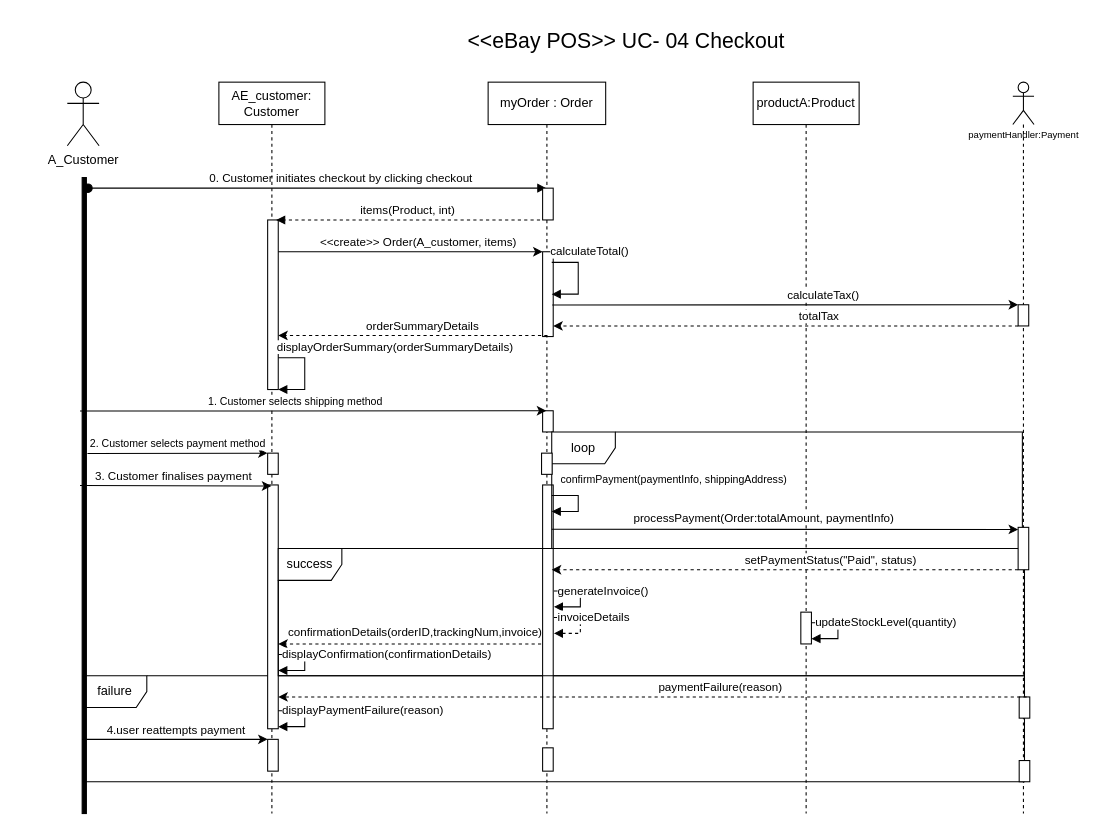
Earlier version of the draw.io diagram Sequence Diagram ebay.drawio (AhmedElamari/Software-design-saved). Source tidied: cells renumbered, new cells numbered last; positions are measured from the earlier drawing's top-left corner, leaving out a move shared by most shapes. Both pictures are drawn from the tidied source at 106%, with x=0, y=0 at pixel (67, 18).
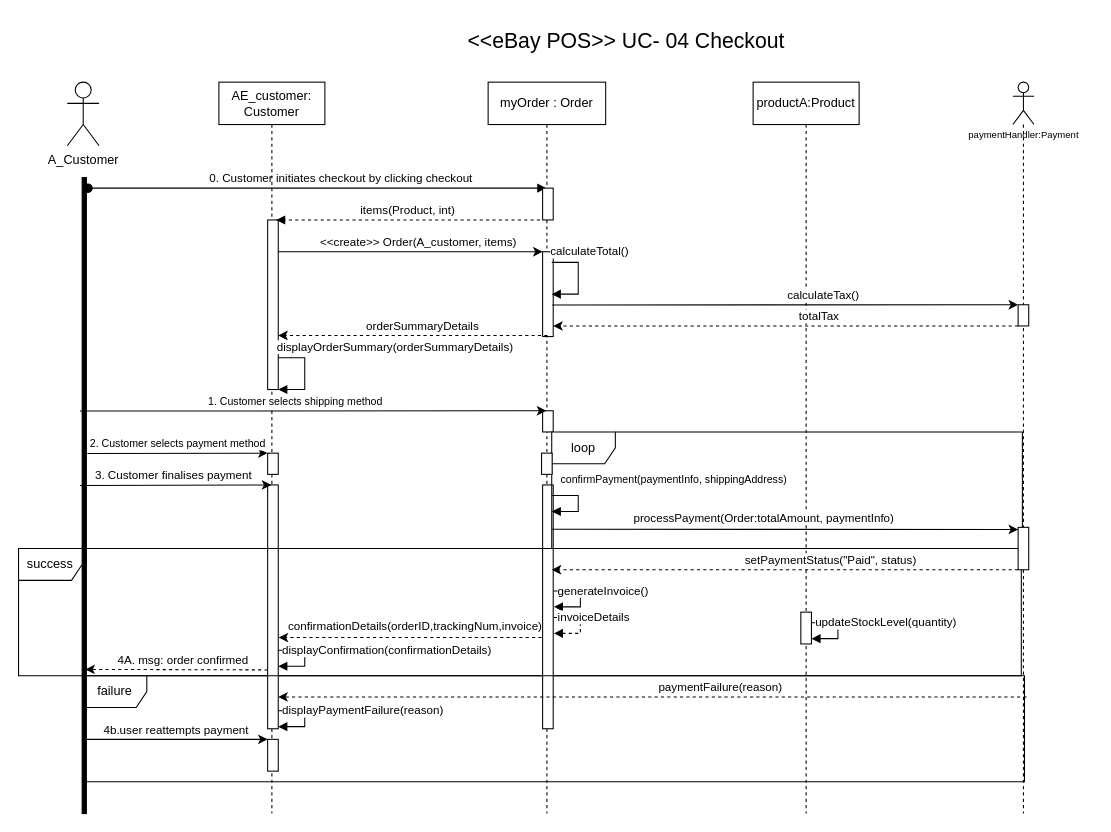
Above is the later version.

The change refers to these unchanged cells:
```xml
<mxCell id="6" value="AE_customer: Customer" style="shape=umlLifeline;perimeter=lifelinePerimeter;whiteSpace=wrap;html=1;outlineConnect=0;portConstraint=eastwest;newEdgeStyle={&quot;edgeStyle&quot;:&quot;elbowEdgeStyle&quot;,&quot;elbow&quot;:&quot;vertical&quot;,&quot;curved&quot;:0,&quot;rounded&quot;:0};" parent="1" vertex="1">
  <mxGeometry x="143" y="60" width="100" height="690" as="geometry" />
</mxCell>
<mxCell id="10" value="myOrder : Order" style="shape=umlLifeline;perimeter=lifelinePerimeter;whiteSpace=wrap;html=1;outlineConnect=0;portConstraint=eastwest;newEdgeStyle={&quot;edgeStyle&quot;:&quot;elbowEdgeStyle&quot;,&quot;elbow&quot;:&quot;vertical&quot;,&quot;curved&quot;:0,&quot;rounded&quot;:0};" parent="1" vertex="1">
  <mxGeometry x="397" y="60" width="110.9" height="690" as="geometry" />
</mxCell>
<mxCell id="16" style="shape=umlLifeline;perimeter=lifelinePerimeter;whiteSpace=wrap;html=1;newEdgeStyle={&quot;curved&quot;:0,&quot;rounded&quot;:0};participant=umlActor;" parent="1" vertex="1">
  <mxGeometry x="892" y="60" width="20" height="690" as="geometry" />
</mxCell>
<mxCell id="48" style="edgeStyle=elbowEdgeStyle;rounded=0;orthogonalLoop=1;jettySize=auto;html=1;elbow=vertical;curved=0;" parent="1" edge="1">
  <mxGeometry relative="1" as="geometry">
    <mxPoint x="14" y="680" as="sourcePoint" />
    <mxPoint x="189" y="680" as="targetPoint" />
  </mxGeometry>
</mxCell>
```

Change to the diagram source:
```diff
@@
-    <mxCell id="13" style="html=1;perimeter=orthogonalPerimeter;targetShapes=umlLifeline;newEdgeStyle={&quot;curved&quot;:0,&quot;rounded&quot;:0};" parent="10" vertex="1">
-      <mxGeometry x="51.4" y="628" width="10" height="22" as="geometry" />
-    </mxCell>
@@
-    <mxCell id="17" style="html=1;perimeter=orthogonalPerimeter;targetShapes=umlLifeline;newEdgeStyle={&quot;curved&quot;:0,&quot;rounded&quot;:0};" parent="16" vertex="1">
-      <mxGeometry x="6" y="640" width="10" height="20" as="geometry" />
-    </mxCell>
-    <mxCell id="18" style="html=1;perimeter=orthogonalPerimeter;targetShapes=umlLifeline;newEdgeStyle={&quot;curved&quot;:0,&quot;rounded&quot;:0};" parent="16" vertex="1">
-      <mxGeometry x="6" y="580" width="10" height="20" as="geometry" />
-    </mxCell>
@@
     <mxCell id="23" style="edgeStyle=elbowEdgeStyle;rounded=0;jettySize=auto;html=1;elbow=vertical;curved=0;exitX=1;exitY=1;exitDx=0;exitDy=-5;exitPerimeter=0;" parent="1" edge="1" target="6">
       <mxGeometry relative="1" as="geometry">
         <mxPoint x="12" y="440.5" as="sourcePoint" />
+        <Array as="points">
+          <mxPoint x="17" y="440" />
+        </Array>
       </mxGeometry>
     </mxCell>
@@
     <mxCell id="42" style="edgeStyle=elbowEdgeStyle;rounded=0;orthogonalLoop=1;jettySize=auto;html=1;elbow=vertical;curved=0;dashed=1;" parent="1" edge="1">
       <mxGeometry relative="1" as="geometry">
-        <mxPoint x="447" y="590" as="sourcePoint" />
-        <mxPoint x="199" y="590" as="targetPoint" />
+        <mxPoint x="447.4" y="584" as="sourcePoint" />
+        <mxPoint x="199.4" y="584" as="targetPoint" />
       </mxGeometry>
     </mxCell>
@@
     <mxCell id="46" value="displayConfirmation(confirmationDetails)" style="html=1;align=left;spacingLeft=2;endArrow=block;rounded=0;edgeStyle=orthogonalEdgeStyle;curved=0;rounded=0;" parent="1" edge="1">
       <mxGeometry x="-1" relative="1" as="geometry">
-        <mxPoint x="199" y="600" as="sourcePoint" />
-        <mxPoint x="199" y="615" as="targetPoint" />
+        <mxPoint x="199" y="596" as="sourcePoint" />
+        <mxPoint x="199" y="611" as="targetPoint" />
         <Array as="points">
-          <mxPoint x="224" y="600" />
-          <mxPoint x="224" y="615" />
-          <mxPoint x="199" y="615" />
+          <mxPoint x="224" y="596" />
+          <mxPoint x="224" y="611" />
+          <mxPoint x="199" y="611" />
         </Array>
       </mxGeometry>
     </mxCell>
@@
-    <mxCell id="49" value="&amp;nbsp;4.user reattempts payment" style="edgeLabel;html=1;align=center;verticalAlign=middle;" parent="48" vertex="1">
+    <mxCell id="49" value="&amp;nbsp;4b.user reattempts payment" style="edgeLabel;html=1;align=center;verticalAlign=middle;" parent="48" vertex="1">
       <mxGeometry x="-0.24" y="4" relative="1" as="geometry">
         <mxPoint x="19" y="-6" as="offset" />
       </mxGeometry>
     </mxCell>
@@
     <mxCell id="57" value="success" style="shape=umlFrame;whiteSpace=wrap;html=1;" parent="1" vertex="1">
-      <mxGeometry x="199" y="500" width="704" height="120" as="geometry" />
+      <mxGeometry x="-46" y="500" width="946" height="120" as="geometry" />
     </mxCell>
@@
+    <mxCell id="65" style="edgeStyle=elbowEdgeStyle;rounded=0;orthogonalLoop=1;jettySize=auto;html=1;elbow=vertical;curved=0;exitX=1;exitY=1;exitDx=0;exitDy=-5;exitPerimeter=0;dashed=1;" parent="1" edge="1">
+      <mxGeometry relative="1" as="geometry">
+        <mxPoint x="189" y="614.5" as="sourcePoint" />
+        <mxPoint x="17" y="614" as="targetPoint" />
+        <Array as="points">
+          <mxPoint x="194" y="614" />
+        </Array>
+      </mxGeometry>
+    </mxCell>
+    <mxCell id="66" value="4A. msg: order confirmed" style="edgeLabel;html=1;align=center;verticalAlign=middle;" parent="65" vertex="1">
+      <mxGeometry x="-0.24" y="4" relative="1" as="geometry">
+        <mxPoint x="-15" y="-14" as="offset" />
+      </mxGeometry>
+    </mxCell>
```
